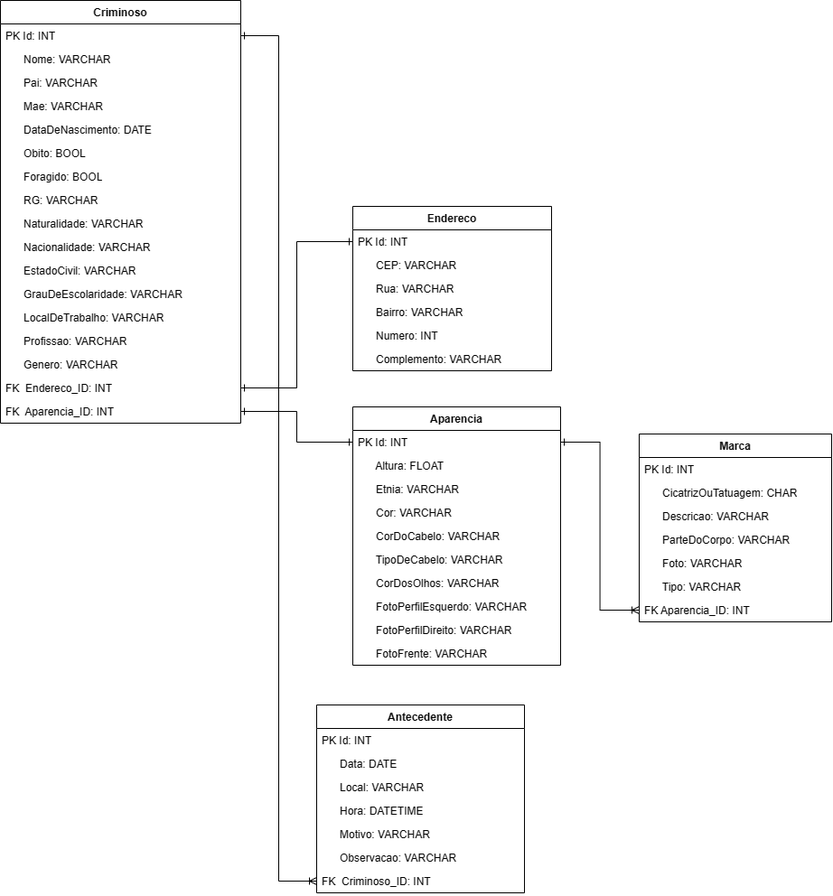
This is Fotos/UML/BancoDeDadosUML.png from PlazaJulio/pcproject, a draw.io export, as it was before one commit. Source tidied: cells renumbered, new cells last; positions are measured from the earlier drawing's top-left corner, leaving out a move shared by most shapes.
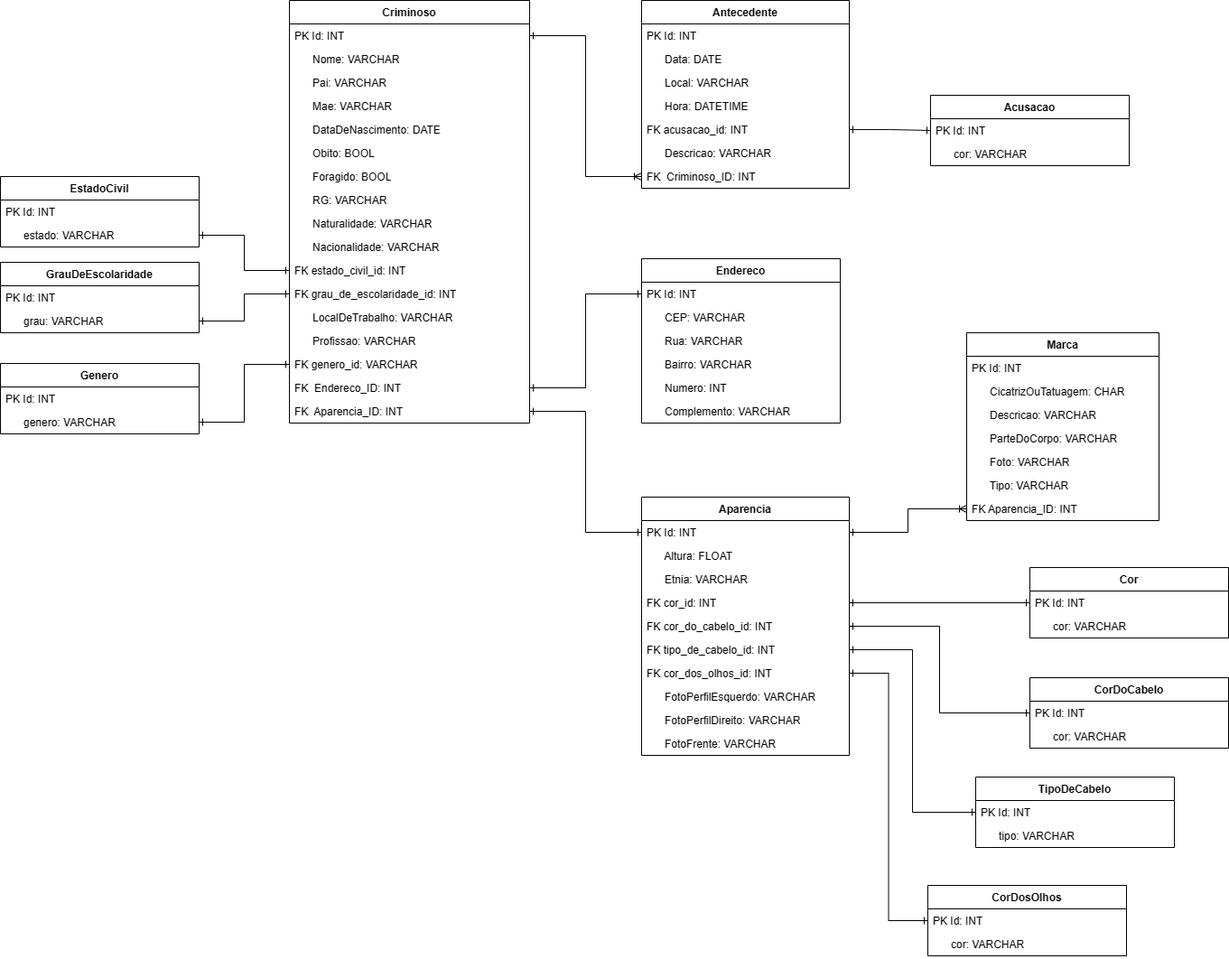
The same file after the commit.

Commit message:
Alterado o UML relativo ao banco de dados

The edit, as a diff of the source:
```diff
@@ -3,7 +3,7 @@
     <mxCell id="0" />
     <mxCell id="1" parent="0" />
     <mxCell id="2" value="Endereco" style="swimlane;fontStyle=1;align=center;verticalAlign=top;horizontal=1;startSize=26;whiteSpace=wrap;html=1;" parent="1" vertex="1">
-      <mxGeometry x="390" y="228" width="220" height="182" as="geometry" />
+      <mxGeometry x="390" y="286" width="220" height="182" as="geometry" />
     </mxCell>
     <mxCell id="3" value="PK Id: INT" style="text;strokeColor=none;fillColor=none;align=left;verticalAlign=top;spacingLeft=4;spacingRight=4;overflow=hidden;points=[[0,0.5],[1,0.5]];portConstraint=eastwest;whiteSpace=wrap;html=1;" parent="2" vertex="1">
       <mxGeometry y="26" width="220" height="26" as="geometry" />
@@ -56,10 +56,10 @@
     <mxCell id="19" value="&amp;nbsp; &amp;nbsp; &amp;nbsp; Nacionalidade: VARCHAR" style="text;strokeColor=none;fillColor=none;align=left;verticalAlign=top;spacingLeft=4;spacingRight=4;overflow=hidden;whiteSpace=wrap;html=1;" parent="9" vertex="1">
       <mxGeometry y="260" width="266" height="26" as="geometry" />
     </mxCell>
-    <mxCell id="20" value="&amp;nbsp; &amp;nbsp; &amp;nbsp; EstadoCivil: VARCHAR" style="text;strokeColor=none;fillColor=none;align=left;verticalAlign=top;spacingLeft=4;spacingRight=4;overflow=hidden;points=[[0,0.5],[1,0.5]];portConstraint=eastwest;whiteSpace=wrap;html=1;" parent="9" vertex="1">
+    <mxCell id="20" value="FK estado_civil_id: INT" style="text;strokeColor=none;fillColor=none;align=left;verticalAlign=top;spacingLeft=4;spacingRight=4;overflow=hidden;points=[[0,0.5],[1,0.5]];portConstraint=eastwest;whiteSpace=wrap;html=1;" parent="9" vertex="1">
       <mxGeometry y="286" width="266" height="26" as="geometry" />
     </mxCell>
-    <mxCell id="21" value="&amp;nbsp; &amp;nbsp; &amp;nbsp; GrauDeEscolaridade: VARCHAR" style="text;strokeColor=none;fillColor=none;align=left;verticalAlign=top;spacingLeft=4;spacingRight=4;overflow=hidden;points=[[0,0.5],[1,0.5]];portConstraint=eastwest;whiteSpace=wrap;html=1;" parent="9" vertex="1">
+    <mxCell id="21" value="FK grau_de_escolaridade_id: INT" style="text;strokeColor=none;fillColor=none;align=left;verticalAlign=top;spacingLeft=4;spacingRight=4;overflow=hidden;points=[[0,0.5],[1,0.5]];portConstraint=eastwest;whiteSpace=wrap;html=1;" parent="9" vertex="1">
       <mxGeometry y="312" width="266" height="26" as="geometry" />
     </mxCell>
     <mxCell id="22" value="&amp;nbsp; &amp;nbsp; &amp;nbsp; LocalDeTrabalho: VARCHAR" style="text;strokeColor=none;fillColor=none;align=left;verticalAlign=top;spacingLeft=4;spacingRight=4;overflow=hidden;whiteSpace=wrap;html=1;" parent="9" vertex="1">
@@ -68,7 +68,7 @@
     <mxCell id="23" value="&amp;nbsp; &amp;nbsp; &amp;nbsp; Profissao: VARCHAR" style="text;strokeColor=none;fillColor=none;align=left;verticalAlign=top;spacingLeft=4;spacingRight=4;overflow=hidden;whiteSpace=wrap;html=1;" parent="9" vertex="1">
       <mxGeometry y="364" width="266" height="26" as="geometry" />
     </mxCell>
-    <mxCell id="24" value="&amp;nbsp; &amp;nbsp; &amp;nbsp; Genero: VARCHAR" style="text;strokeColor=none;fillColor=none;align=left;verticalAlign=top;spacingLeft=4;spacingRight=4;overflow=hidden;points=[[0,0.5],[1,0.5]];portConstraint=eastwest;whiteSpace=wrap;html=1;" parent="9" vertex="1">
+    <mxCell id="24" value="FK genero_id: VARCHAR" style="text;strokeColor=none;fillColor=none;align=left;verticalAlign=top;spacingLeft=4;spacingRight=4;overflow=hidden;points=[[0,0.5],[1,0.5]];portConstraint=eastwest;whiteSpace=wrap;html=1;" parent="9" vertex="1">
       <mxGeometry y="390" width="266" height="26" as="geometry" />
     </mxCell>
     <mxCell id="25" value="FK&amp;nbsp; Endereco_ID: INT" style="text;strokeColor=none;fillColor=none;align=left;verticalAlign=top;spacingLeft=4;spacingRight=4;overflow=hidden;points=[[0,0.5],[1,0.5]];portConstraint=eastwest;whiteSpace=wrap;html=1;" parent="9" vertex="1">
@@ -81,7 +81,7 @@
       <mxGeometry relative="1" as="geometry" />
     </mxCell>
     <mxCell id="28" value="Aparencia" style="swimlane;fontStyle=1;align=center;verticalAlign=top;horizontal=1;startSize=26;whiteSpace=wrap;html=1;" parent="1" vertex="1">
-      <mxGeometry x="390" y="450" width="230" height="286" as="geometry" />
+      <mxGeometry x="390" y="550" width="230" height="286" as="geometry" />
     </mxCell>
     <mxCell id="29" value="PK Id: INT" style="text;strokeColor=none;fillColor=none;align=left;verticalAlign=top;spacingLeft=4;spacingRight=4;overflow=hidden;points=[[0,0.5],[1,0.5]];portConstraint=eastwest;whiteSpace=wrap;html=1;" parent="28" vertex="1">
       <mxGeometry y="26" width="230" height="26" as="geometry" />
@@ -92,16 +92,16 @@
     <mxCell id="31" value="&amp;nbsp; &amp;nbsp; &amp;nbsp; Etnia: VARCHAR" style="text;strokeColor=none;fillColor=none;align=left;verticalAlign=top;spacingLeft=4;spacingRight=4;overflow=hidden;whiteSpace=wrap;html=1;" parent="28" vertex="1">
       <mxGeometry y="78" width="230" height="26" as="geometry" />
     </mxCell>
-    <mxCell id="32" value="&amp;nbsp; &amp;nbsp; &amp;nbsp; Cor: VARCHAR" style="text;strokeColor=none;fillColor=none;align=left;verticalAlign=top;spacingLeft=4;spacingRight=4;overflow=hidden;points=[[0,0.5],[1,0.5]];portConstraint=eastwest;whiteSpace=wrap;html=1;" parent="28" vertex="1">
+    <mxCell id="32" value="FK cor_id: INT" style="text;strokeColor=none;fillColor=none;align=left;verticalAlign=top;spacingLeft=4;spacingRight=4;overflow=hidden;points=[[0,0.5],[1,0.5]];portConstraint=eastwest;whiteSpace=wrap;html=1;" parent="28" vertex="1">
       <mxGeometry y="104" width="230" height="26" as="geometry" />
     </mxCell>
-    <mxCell id="33" value="&amp;nbsp; &amp;nbsp; &amp;nbsp; CorDoCabelo: VARCHAR" style="text;strokeColor=none;fillColor=none;align=left;verticalAlign=top;spacingLeft=4;spacingRight=4;overflow=hidden;points=[[0,0.5],[1,0.5]];portConstraint=eastwest;whiteSpace=wrap;html=1;" parent="28" vertex="1">
+    <mxCell id="33" value="FK cor_do_cabelo_id: INT" style="text;strokeColor=none;fillColor=none;align=left;verticalAlign=top;spacingLeft=4;spacingRight=4;overflow=hidden;points=[[0,0.5],[1,0.5]];portConstraint=eastwest;whiteSpace=wrap;html=1;" parent="28" vertex="1">
       <mxGeometry y="130" width="230" height="26" as="geometry" />
     </mxCell>
-    <mxCell id="34" value="&amp;nbsp; &amp;nbsp; &amp;nbsp; TipoDeCabelo: VARCHAR" style="text;strokeColor=none;fillColor=none;align=left;verticalAlign=top;spacingLeft=4;spacingRight=4;overflow=hidden;points=[[0,0.5],[1,0.5]];portConstraint=eastwest;whiteSpace=wrap;html=1;" parent="28" vertex="1">
+    <mxCell id="34" value="FK tipo_de_cabelo_id: INT" style="text;strokeColor=none;fillColor=none;align=left;verticalAlign=top;spacingLeft=4;spacingRight=4;overflow=hidden;points=[[0,0.5],[1,0.5]];portConstraint=eastwest;whiteSpace=wrap;html=1;" parent="28" vertex="1">
       <mxGeometry y="156" width="230" height="26" as="geometry" />
     </mxCell>
-    <mxCell id="35" value="&amp;nbsp; &amp;nbsp; &amp;nbsp; CorDosOlhos: VARCHAR" style="text;strokeColor=none;fillColor=none;align=left;verticalAlign=top;spacingLeft=4;spacingRight=4;overflow=hidden;points=[[0,0.5],[1,0.5]];portConstraint=eastwest;whiteSpace=wrap;html=1;" parent="28" vertex="1">
+    <mxCell id="35" value="FK cor_dos_olhos_id: INT" style="text;strokeColor=none;fillColor=none;align=left;verticalAlign=top;spacingLeft=4;spacingRight=4;overflow=hidden;points=[[0,0.5],[1,0.5]];portConstraint=eastwest;whiteSpace=wrap;html=1;" parent="28" vertex="1">
       <mxGeometry y="182" width="230" height="26" as="geometry" />
     </mxCell>
     <mxCell id="36" value="&amp;nbsp; &amp;nbsp; &amp;nbsp; FotoPerfilEsquerdo: VARCHAR" style="text;strokeColor=none;fillColor=none;align=left;verticalAlign=top;spacingLeft=4;spacingRight=4;overflow=hidden;whiteSpace=wrap;html=1;" parent="28" vertex="1">
@@ -114,7 +114,7 @@
       <mxGeometry y="260" width="230" height="26" as="geometry" />
     </mxCell>
     <mxCell id="39" value="Marca" style="swimlane;fontStyle=1;align=center;verticalAlign=top;horizontal=1;startSize=26;whiteSpace=wrap;html=1;" parent="1" vertex="1">
-      <mxGeometry x="707" y="480" width="213" height="208" as="geometry" />
+      <mxGeometry x="750" y="368" width="213" height="208" as="geometry" />
     </mxCell>
     <mxCell id="40" value="PK Id: INT" style="text;strokeColor=none;fillColor=none;align=left;verticalAlign=top;spacingLeft=4;spacingRight=4;overflow=hidden;whiteSpace=wrap;html=1;" parent="39" vertex="1">
       <mxGeometry y="26" width="213" height="26" as="geometry" />
@@ -141,7 +141,7 @@
       <mxGeometry relative="1" as="geometry" />
     </mxCell>
     <mxCell id="48" value="Antecedente" style="swimlane;fontStyle=1;align=center;verticalAlign=top;horizontal=1;startSize=26;whiteSpace=wrap;html=1;" parent="1" vertex="1">
-      <mxGeometry x="350" y="780" width="230" height="208" as="geometry" />
+      <mxGeometry x="390" width="230" height="208" as="geometry" />
     </mxCell>
     <mxCell id="49" value="PK Id: INT" style="text;strokeColor=none;fillColor=none;align=left;verticalAlign=top;spacingLeft=4;spacingRight=4;overflow=hidden;whiteSpace=wrap;html=1;" parent="48" vertex="1">
       <mxGeometry y="26" width="230" height="26" as="geometry" />
@@ -155,10 +155,10 @@
     <mxCell id="52" value="&amp;nbsp; &amp;nbsp; &amp;nbsp; Hora: DATETIME" style="text;strokeColor=none;fillColor=none;align=left;verticalAlign=top;spacingLeft=4;spacingRight=4;overflow=hidden;whiteSpace=wrap;html=1;" parent="48" vertex="1">
       <mxGeometry y="104" width="230" height="26" as="geometry" />
     </mxCell>
-    <mxCell id="53" value="&amp;nbsp; &amp;nbsp; &amp;nbsp; Motivo: VARCHAR" style="text;strokeColor=none;fillColor=none;align=left;verticalAlign=top;spacingLeft=4;spacingRight=4;overflow=hidden;points=[[0,0.5],[1,0.5]];portConstraint=eastwest;whiteSpace=wrap;html=1;" parent="48" vertex="1">
+    <mxCell id="53" value="FK acusacao_id: INT" style="text;strokeColor=none;fillColor=none;align=left;verticalAlign=top;spacingLeft=4;spacingRight=4;overflow=hidden;points=[[0,0.5],[1,0.5]];portConstraint=eastwest;whiteSpace=wrap;html=1;" parent="48" vertex="1">
       <mxGeometry y="130" width="230" height="26" as="geometry" />
     </mxCell>
-    <mxCell id="54" value="&amp;nbsp; &amp;nbsp; &amp;nbsp; Observacao: VARCHAR" style="text;strokeColor=none;fillColor=none;align=left;verticalAlign=top;spacingLeft=4;spacingRight=4;overflow=hidden;whiteSpace=wrap;html=1;" parent="48" vertex="1">
+    <mxCell id="54" value="&amp;nbsp; &amp;nbsp; &amp;nbsp; Descricao: VARCHAR" style="text;strokeColor=none;fillColor=none;align=left;verticalAlign=top;spacingLeft=4;spacingRight=4;overflow=hidden;whiteSpace=wrap;html=1;" parent="48" vertex="1">
       <mxGeometry y="156" width="230" height="26" as="geometry" />
     </mxCell>
     <mxCell id="55" value="FK&amp;nbsp; Criminoso_ID: INT" style="text;strokeColor=none;fillColor=none;align=left;verticalAlign=top;spacingLeft=4;spacingRight=4;overflow=hidden;points=[[0,0.5],[1,0.5]];portConstraint=eastwest;whiteSpace=wrap;html=1;" parent="48" vertex="1">
@@ -170,5 +170,101 @@
     <mxCell id="57" style="edgeStyle=orthogonalEdgeStyle;rounded=0;jettySize=auto;html=1;exitX=1;exitY=0.5;exitDx=0;exitDy=0;entryX=0;entryY=0.5;entryDx=0;entryDy=0;endArrow=ERoneToMany;endFill=0;startArrow=ERone;startFill=0;" parent="1" edge="1" source="29" target="46">
       <mxGeometry relative="1" as="geometry" />
     </mxCell>
+    <mxCell id="58" value="EstadoCivil" style="swimlane;fontStyle=1;align=center;verticalAlign=top;horizontal=1;startSize=26;whiteSpace=wrap;html=1;" parent="1" vertex="1">
+      <mxGeometry x="-320" y="195" width="220" height="78" as="geometry" />
+    </mxCell>
+    <mxCell id="59" value="PK Id: INT" style="text;strokeColor=none;fillColor=none;align=left;verticalAlign=top;spacingLeft=4;spacingRight=4;overflow=hidden;whiteSpace=wrap;html=1;" parent="58" vertex="1">
+      <mxGeometry y="26" width="220" height="26" as="geometry" />
+    </mxCell>
+    <mxCell id="60" value="&amp;nbsp; &amp;nbsp; &amp;nbsp; estado: VARCHAR" style="text;strokeColor=none;fillColor=none;align=left;verticalAlign=top;spacingLeft=4;spacingRight=4;overflow=hidden;points=[[0,0.5],[1,0.5]];portConstraint=eastwest;whiteSpace=wrap;html=1;" parent="58" vertex="1">
+      <mxGeometry y="52" width="220" height="26" as="geometry" />
+    </mxCell>
+    <mxCell id="61" style="edgeStyle=orthogonalEdgeStyle;rounded=0;jettySize=auto;html=1;exitX=1;exitY=0.5;exitDx=0;exitDy=0;entryX=0;entryY=0.5;entryDx=0;entryDy=0;endArrow=ERone;endFill=0;startArrow=ERone;startFill=0;" parent="1" edge="1" source="60" target="20">
+      <mxGeometry relative="1" as="geometry" />
+    </mxCell>
+    <mxCell id="62" value="GrauDeEscolaridade" style="swimlane;fontStyle=1;align=center;verticalAlign=top;horizontal=1;startSize=26;whiteSpace=wrap;html=1;" parent="1" vertex="1">
+      <mxGeometry x="-320" y="290" width="220" height="78" as="geometry" />
+    </mxCell>
+    <mxCell id="63" value="PK Id: INT" style="text;strokeColor=none;fillColor=none;align=left;verticalAlign=top;spacingLeft=4;spacingRight=4;overflow=hidden;whiteSpace=wrap;html=1;" parent="62" vertex="1">
+      <mxGeometry y="26" width="220" height="26" as="geometry" />
+    </mxCell>
+    <mxCell id="64" value="&amp;nbsp; &amp;nbsp; &amp;nbsp; grau: VARCHAR" style="text;strokeColor=none;fillColor=none;align=left;verticalAlign=top;spacingLeft=4;spacingRight=4;overflow=hidden;points=[[0,0.5],[1,0.5]];portConstraint=eastwest;whiteSpace=wrap;html=1;" parent="62" vertex="1">
+      <mxGeometry y="52" width="220" height="26" as="geometry" />
+    </mxCell>
+    <mxCell id="65" style="edgeStyle=orthogonalEdgeStyle;rounded=0;jettySize=auto;html=1;entryX=0;entryY=0.5;entryDx=0;entryDy=0;startArrow=ERone;startFill=0;endArrow=ERone;endFill=0;" parent="1" edge="1" source="64" target="21">
+      <mxGeometry relative="1" as="geometry" />
+    </mxCell>
+    <mxCell id="66" value="Genero" style="swimlane;fontStyle=1;align=center;verticalAlign=top;horizontal=1;startSize=26;whiteSpace=wrap;html=1;" parent="1" vertex="1">
+      <mxGeometry x="-320" y="402" width="220" height="78" as="geometry" />
+    </mxCell>
+    <mxCell id="67" value="PK Id: INT" style="text;strokeColor=none;fillColor=none;align=left;verticalAlign=top;spacingLeft=4;spacingRight=4;overflow=hidden;whiteSpace=wrap;html=1;" parent="66" vertex="1">
+      <mxGeometry y="26" width="220" height="26" as="geometry" />
+    </mxCell>
+    <mxCell id="68" value="&amp;nbsp; &amp;nbsp; &amp;nbsp; genero: VARCHAR" style="text;strokeColor=none;fillColor=none;align=left;verticalAlign=top;spacingLeft=4;spacingRight=4;overflow=hidden;points=[[0,0.5],[1,0.5]];portConstraint=eastwest;whiteSpace=wrap;html=1;" parent="66" vertex="1">
+      <mxGeometry y="52" width="220" height="26" as="geometry" />
+    </mxCell>
+    <mxCell id="69" style="edgeStyle=orthogonalEdgeStyle;rounded=0;jettySize=auto;html=1;endArrow=ERone;endFill=0;startArrow=ERone;startFill=0;" parent="1" edge="1" source="68" target="24">
+      <mxGeometry relative="1" as="geometry" />
+    </mxCell>
+    <mxCell id="70" value="Cor" style="swimlane;fontStyle=1;align=center;verticalAlign=top;horizontal=1;startSize=26;whiteSpace=wrap;html=1;" parent="1" vertex="1">
+      <mxGeometry x="820" y="628" width="220" height="78" as="geometry" />
+    </mxCell>
+    <mxCell id="71" value="PK Id: INT" style="text;strokeColor=none;fillColor=none;align=left;verticalAlign=top;spacingLeft=4;spacingRight=4;overflow=hidden;whiteSpace=wrap;html=1;" parent="70" vertex="1">
+      <mxGeometry y="26" width="220" height="26" as="geometry" />
+    </mxCell>
+    <mxCell id="72" value="&amp;nbsp; &amp;nbsp; &amp;nbsp; cor: VARCHAR" style="text;strokeColor=none;fillColor=none;align=left;verticalAlign=top;spacingLeft=4;spacingRight=4;overflow=hidden;whiteSpace=wrap;html=1;" parent="70" vertex="1">
+      <mxGeometry y="52" width="220" height="26" as="geometry" />
+    </mxCell>
+    <mxCell id="73" style="edgeStyle=orthogonalEdgeStyle;rounded=0;jettySize=auto;html=1;exitX=1;exitY=0.5;exitDx=0;exitDy=0;entryX=0;entryY=0.5;entryDx=0;entryDy=0;endArrow=ERone;endFill=0;startArrow=ERone;startFill=0;" parent="1" edge="1" source="32" target="70">
+      <mxGeometry relative="1" as="geometry" />
+    </mxCell>
+    <mxCell id="74" value="CorDoCabelo" style="swimlane;fontStyle=1;align=center;verticalAlign=top;horizontal=1;startSize=26;whiteSpace=wrap;html=1;" parent="1" vertex="1">
+      <mxGeometry x="820" y="750" width="220" height="78" as="geometry" />
+    </mxCell>
+    <mxCell id="75" value="PK Id: INT" style="text;strokeColor=none;fillColor=none;align=left;verticalAlign=top;spacingLeft=4;spacingRight=4;overflow=hidden;points=[[0,0.5],[1,0.5]];portConstraint=eastwest;whiteSpace=wrap;html=1;" parent="74" vertex="1">
+      <mxGeometry y="26" width="220" height="26" as="geometry" />
+    </mxCell>
+    <mxCell id="76" value="&amp;nbsp; &amp;nbsp; &amp;nbsp; cor: VARCHAR" style="text;strokeColor=none;fillColor=none;align=left;verticalAlign=top;spacingLeft=4;spacingRight=4;overflow=hidden;whiteSpace=wrap;html=1;" parent="74" vertex="1">
+      <mxGeometry y="52" width="220" height="26" as="geometry" />
+    </mxCell>
+    <mxCell id="77" style="edgeStyle=orthogonalEdgeStyle;rounded=0;jettySize=auto;html=1;exitX=1;exitY=0.5;exitDx=0;exitDy=0;entryX=0;entryY=0.5;entryDx=0;entryDy=0;startArrow=ERone;startFill=0;endArrow=ERone;endFill=0;" parent="1" edge="1" source="33" target="75">
+      <mxGeometry relative="1" as="geometry" />
+    </mxCell>
+    <mxCell id="78" value="TipoDeCabelo" style="swimlane;fontStyle=1;align=center;verticalAlign=top;horizontal=1;startSize=26;whiteSpace=wrap;html=1;" parent="1" vertex="1">
+      <mxGeometry x="760" y="860" width="220" height="78" as="geometry" />
+    </mxCell>
+    <mxCell id="79" value="PK Id: INT" style="text;strokeColor=none;fillColor=none;align=left;verticalAlign=top;spacingLeft=4;spacingRight=4;overflow=hidden;points=[[0,0.5],[1,0.5]];portConstraint=eastwest;whiteSpace=wrap;html=1;" parent="78" vertex="1">
+      <mxGeometry y="26" width="220" height="26" as="geometry" />
+    </mxCell>
+    <mxCell id="80" value="&amp;nbsp; &amp;nbsp; &amp;nbsp; tipo: VARCHAR" style="text;strokeColor=none;fillColor=none;align=left;verticalAlign=top;spacingLeft=4;spacingRight=4;overflow=hidden;whiteSpace=wrap;html=1;" parent="78" vertex="1">
+      <mxGeometry y="52" width="220" height="26" as="geometry" />
+    </mxCell>
+    <mxCell id="81" style="edgeStyle=orthogonalEdgeStyle;rounded=0;jettySize=auto;html=1;exitX=1;exitY=0.5;exitDx=0;exitDy=0;entryX=0;entryY=0.5;entryDx=0;entryDy=0;endArrow=ERone;endFill=0;startArrow=ERone;startFill=0;" parent="1" edge="1" source="34" target="79">
+      <mxGeometry relative="1" as="geometry" />
+    </mxCell>
+    <mxCell id="82" value="CorDosOlhos" style="swimlane;fontStyle=1;align=center;verticalAlign=top;horizontal=1;startSize=26;whiteSpace=wrap;html=1;" parent="1" vertex="1">
+      <mxGeometry x="707" y="980" width="220" height="78" as="geometry" />
+    </mxCell>
+    <mxCell id="83" value="PK Id: INT" style="text;strokeColor=none;fillColor=none;align=left;verticalAlign=top;spacingLeft=4;spacingRight=4;overflow=hidden;whiteSpace=wrap;html=1;" parent="82" vertex="1">
+      <mxGeometry y="26" width="220" height="26" as="geometry" />
+    </mxCell>
+    <mxCell id="84" value="&amp;nbsp; &amp;nbsp; &amp;nbsp; cor: VARCHAR" style="text;strokeColor=none;fillColor=none;align=left;verticalAlign=top;spacingLeft=4;spacingRight=4;overflow=hidden;whiteSpace=wrap;html=1;" parent="82" vertex="1">
+      <mxGeometry y="52" width="220" height="26" as="geometry" />
+    </mxCell>
+    <mxCell id="85" style="edgeStyle=orthogonalEdgeStyle;rounded=0;jettySize=auto;html=1;exitX=1;exitY=0.5;exitDx=0;exitDy=0;entryX=0;entryY=0.5;entryDx=0;entryDy=0;startArrow=ERone;startFill=0;endArrow=ERone;endFill=0;" parent="1" edge="1" source="35" target="82">
+      <mxGeometry relative="1" as="geometry" />
+    </mxCell>
+    <mxCell id="86" value="Acusacao" style="swimlane;fontStyle=1;align=center;verticalAlign=top;horizontal=1;startSize=26;whiteSpace=wrap;html=1;" parent="1" vertex="1">
+      <mxGeometry x="710" y="105" width="220" height="78" as="geometry" />
+    </mxCell>
+    <mxCell id="87" value="PK Id: INT" style="text;strokeColor=none;fillColor=none;align=left;verticalAlign=top;spacingLeft=4;spacingRight=4;overflow=hidden;points=[[0,0.5],[1,0.5]];portConstraint=eastwest;whiteSpace=wrap;html=1;" parent="86" vertex="1">
+      <mxGeometry y="26" width="220" height="26" as="geometry" />
+    </mxCell>
+    <mxCell id="88" value="&amp;nbsp; &amp;nbsp; &amp;nbsp; cor: VARCHAR" style="text;strokeColor=none;fillColor=none;align=left;verticalAlign=top;spacingLeft=4;spacingRight=4;overflow=hidden;whiteSpace=wrap;html=1;" parent="86" vertex="1">
+      <mxGeometry y="52" width="220" height="26" as="geometry" />
+    </mxCell>
+    <mxCell id="89" style="edgeStyle=orthogonalEdgeStyle;rounded=0;jettySize=auto;html=1;exitX=1;exitY=0.5;exitDx=0;exitDy=0;entryX=0;entryY=0.5;entryDx=0;entryDy=0;startArrow=ERone;startFill=0;endArrow=ERone;endFill=0;" parent="1" edge="1" source="53" target="87">
+      <mxGeometry relative="1" as="geometry" />
+    </mxCell>
   </root>
 </mxGraphModel>
```
